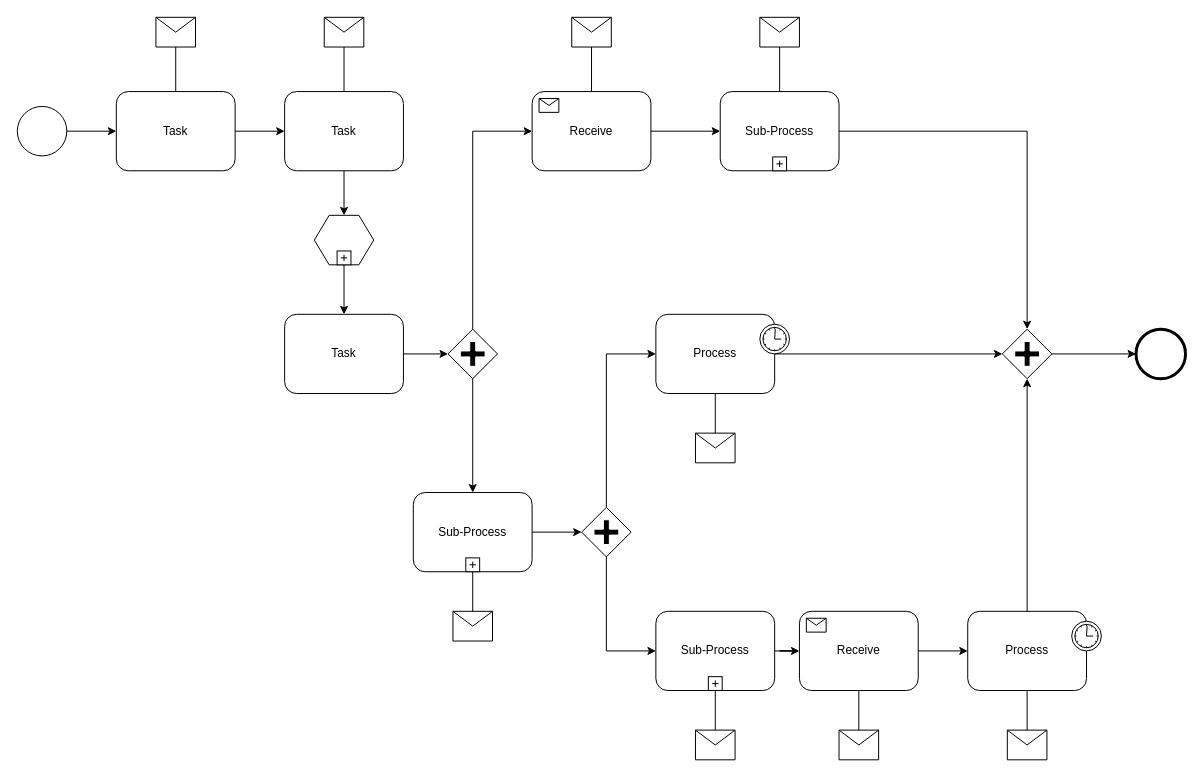
Mogom/Imagenes_PetsHeaven keeps this draw.io diagram as uploads/Diagrama sin título.drawio. Above is the earlier version. Source tidied: cells renumbered, new cells numbered last; positions are measured from the earlier drawing's top-left corner, leaving out a move shared by most shapes. Both pictures are drawn from the tidied source at 99%, with x=0, y=0 at pixel (17, 17).
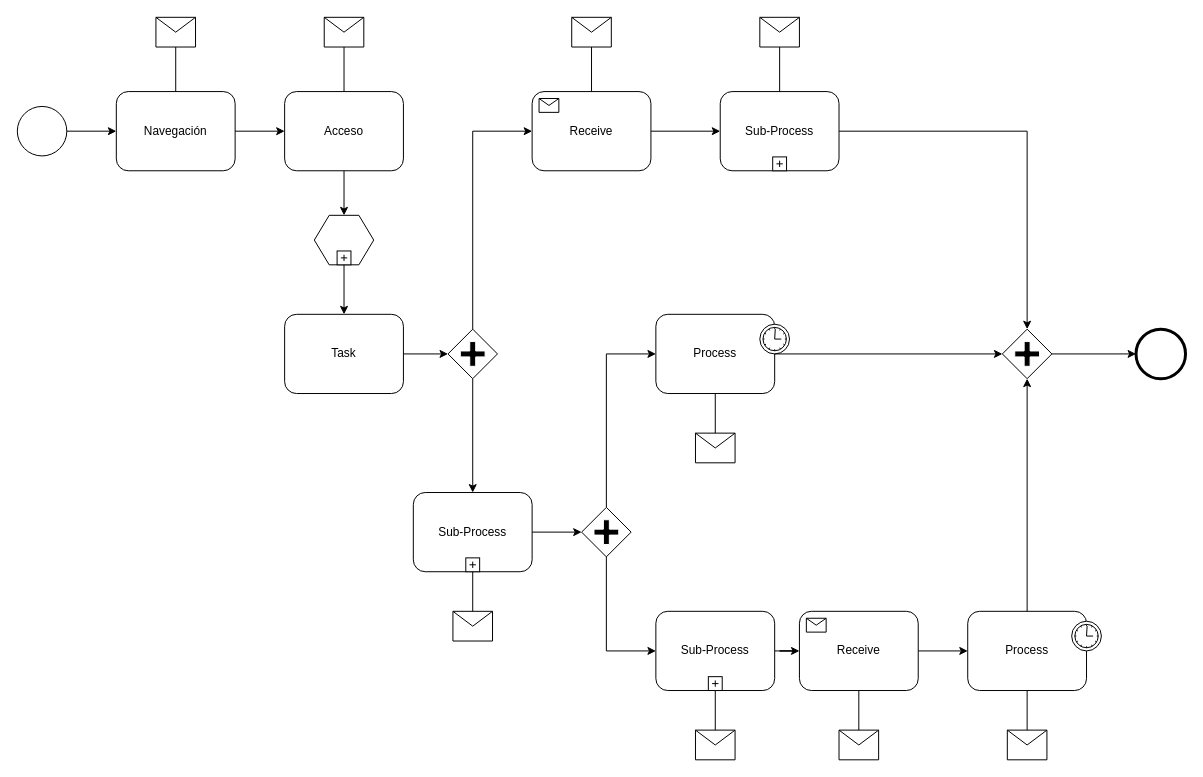
After the change.

Diff of the diagram source:
```diff
@@
-    <mxCell id="3" value="Task" style="shape=ext;rounded=1;html=1;whiteSpace=wrap;" parent="1" vertex="1">
+    <mxCell id="3" value="Navegación" style="shape=ext;rounded=1;html=1;whiteSpace=wrap;" parent="1" vertex="1">
       <mxGeometry x="100" y="75" width="120" height="80" as="geometry" />
     </mxCell>
-    <mxCell id="4" value="Task" style="shape=ext;rounded=1;html=1;whiteSpace=wrap;" parent="1" vertex="1">
+    <mxCell id="4" value="Acceso" style="shape=ext;rounded=1;html=1;whiteSpace=wrap;" parent="1" vertex="1">
       <mxGeometry x="270" y="75" width="120" height="80" as="geometry" />
     </mxCell>
```
